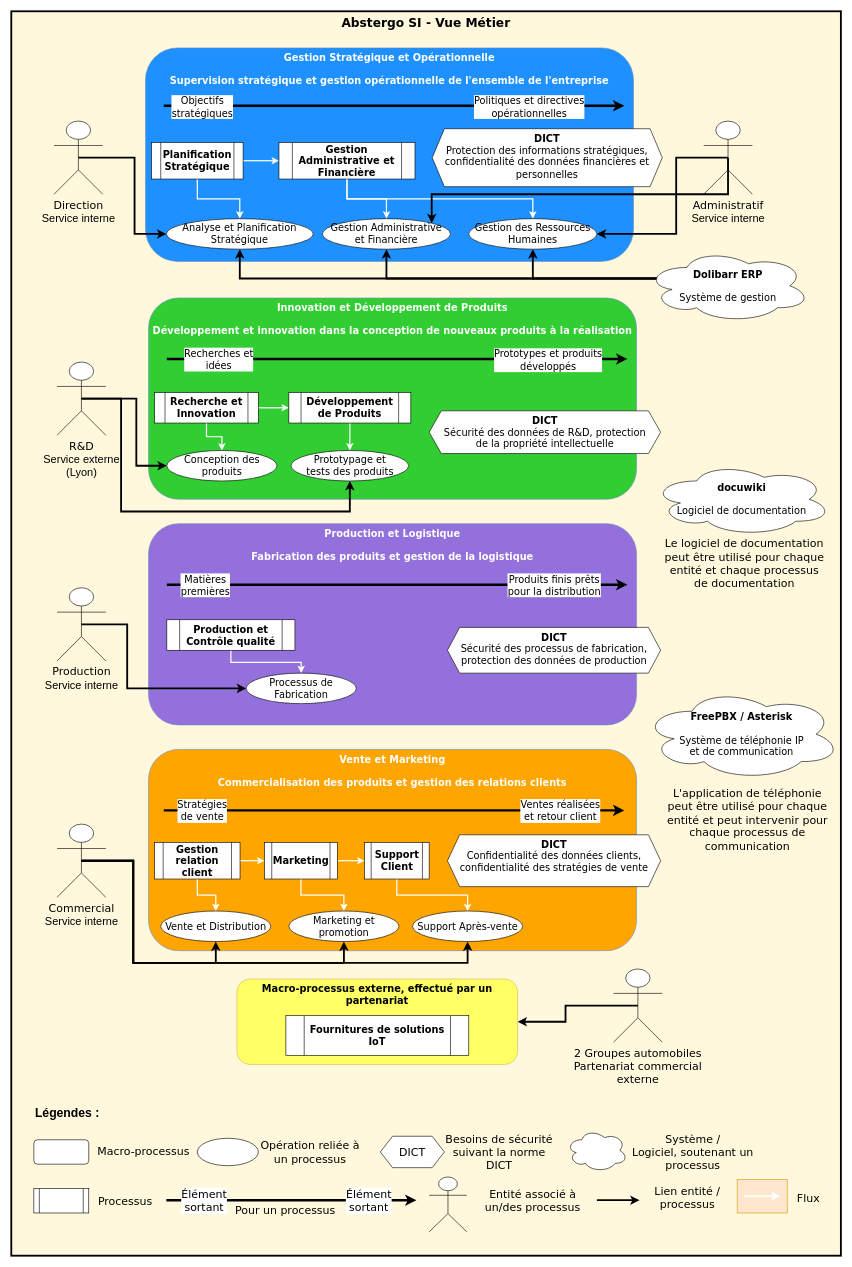
This is Vue_Métier_v2.drawio from CharifMah/AbstergoAnimus, a draw.io file, before an edit. Source tidied: cells renumbered, new cells numbered last; positions are measured from the earlier drawing's top-left corner, leaving out a move shared by most shapes. Both pictures are drawn from the tidied source at 61%, with x=0, y=0 at pixel (11, 11).
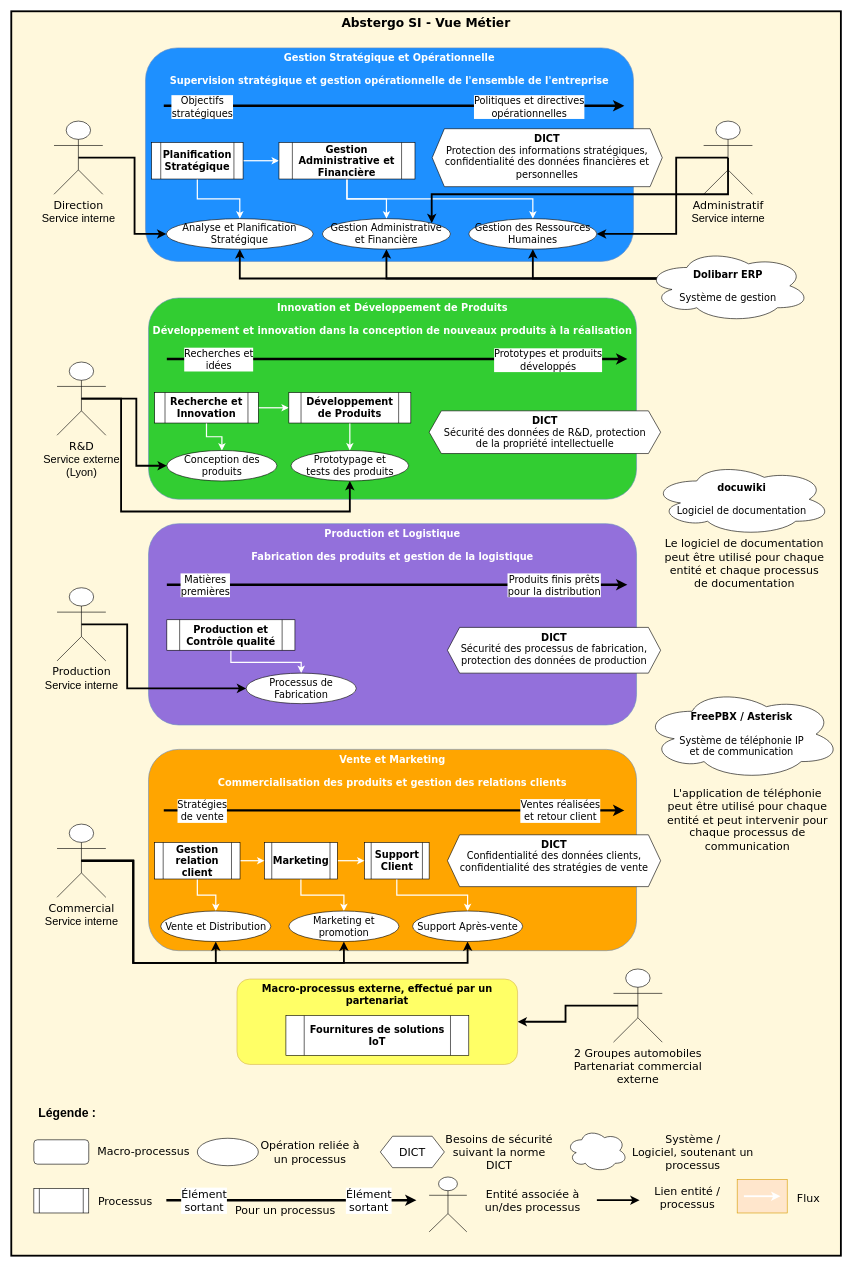
The same page after the edit.

Commit message:
Mettre à jour Vue_Métier_v2.drawio

The edit, as a diff of the source:
```diff
@@
-    <mxCell id="91" value="&lt;font style=&quot;font-size: 18px;&quot; face=&quot;Verdana&quot;&gt;Entité associé à un/des processus&lt;br&gt;&lt;/font&gt;" style="text;html=1;strokeColor=none;fillColor=none;align=center;verticalAlign=middle;whiteSpace=wrap;rounded=0;" parent="1" vertex="1">
+    <mxCell id="91" value="&lt;font style=&quot;font-size: 18px;&quot; face=&quot;Verdana&quot;&gt;Entité associée à un/des processus&lt;br&gt;&lt;/font&gt;" style="text;html=1;strokeColor=none;fillColor=none;align=center;verticalAlign=middle;whiteSpace=wrap;rounded=0;" parent="1" vertex="1">
       <mxGeometry x="770" y="1935" width="170.2" height="30" as="geometry" />
     </mxCell>
@@
-    <mxCell id="98" value="&lt;font style=&quot;font-size: 20px;&quot;&gt;&lt;b&gt;&lt;font style=&quot;font-size: 20px;&quot;&gt;Légendes&lt;/font&gt; :&lt;/b&gt;&lt;/font&gt;" style="text;html=1;strokeColor=none;fillColor=none;align=center;verticalAlign=middle;whiteSpace=wrap;rounded=0;" parent="1" vertex="1">
+    <mxCell id="98" value="&lt;font style=&quot;font-size: 20px;&quot;&gt;&lt;b&gt;&lt;font style=&quot;font-size: 20px;&quot;&gt;Légende&lt;/font&gt; :&lt;/b&gt;&lt;/font&gt;" style="text;html=1;strokeColor=none;fillColor=none;align=center;verticalAlign=middle;whiteSpace=wrap;rounded=0;" parent="1" vertex="1">
       <mxGeometry x="37" y="1790" width="110" height="30" as="geometry" />
     </mxCell>
```
